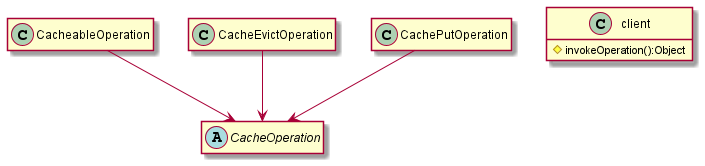
Earlier version of the PlantUML export out/justifications/ResponseCaching/CacheOperationSpringFramework.png (huntertran/concordia-thesis-topic). Its diagram source:
```plantuml
@startuml CacheOperationSpringFramework

hide empty members

abstract CacheOperation

class CacheableOperation
class CacheEvictOperation
class CachePutOperation

class client {
    #invokeOperation():Object
}

CacheableOperation --> CacheOperation
CacheEvictOperation --> CacheOperation
CachePutOperation --> CacheOperation

@enduml
```
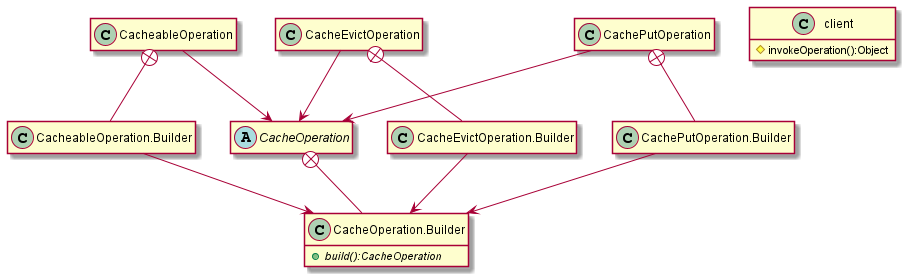
Later version of the same file.

The edit, as a diff of the source:
```diff
@@ -4,9 +4,23 @@
 
 abstract CacheOperation
 
+class CacheOperation.Builder {
+    {abstract} +build():CacheOperation
+}
+
 class CacheableOperation
+
+class CacheableOperation.Builder
+
 class CacheEvictOperation
+
+class CacheEvictOperation.Builder
+
 class CachePutOperation
+
+class CachePutOperation.Builder
+
+
 
 class client {
     #invokeOperation():Object
@@ -16,4 +30,14 @@
 CacheEvictOperation --> CacheOperation
 CachePutOperation --> CacheOperation
 
+CacheOperation +-- CacheOperation.Builder
+CacheableOperation +-- CacheableOperation.Builder
+CacheEvictOperation +-- CacheEvictOperation.Builder
+CachePutOperation +-- CachePutOperation.Builder
+
+CacheableOperation.Builder --> CacheOperation.Builder
+CacheEvictOperation.Builder --> CacheOperation.Builder
+CachePutOperation.Builder --> CacheOperation.Builder
+
+
 @enduml
```
